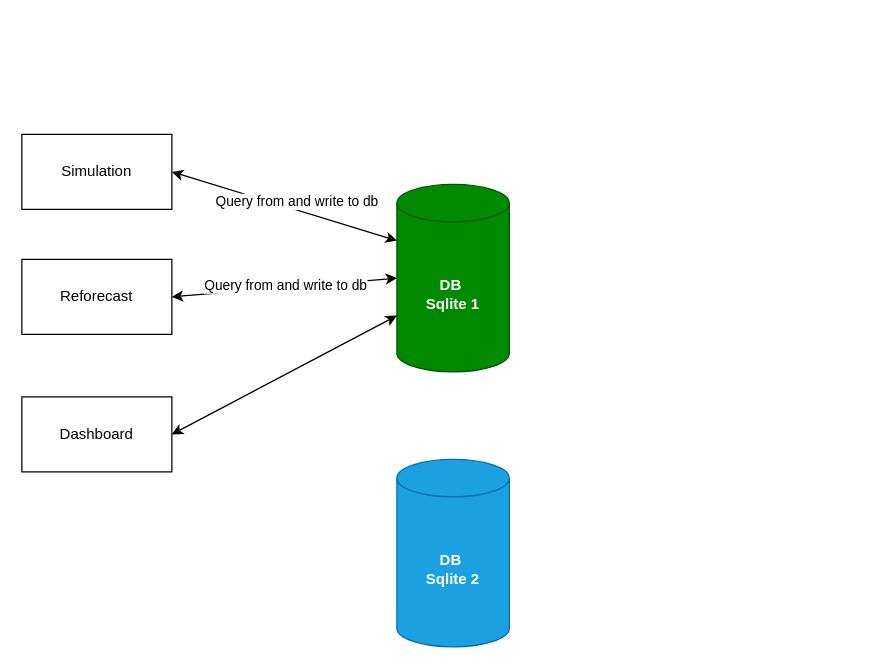
The draw.io diagram page "Interface" (1 of 3) of test.drawio in Hcle18/Valeur-Residuelle, before the edit. Source tidied: cells renumbered, new cells numbered last; positions are measured from the earlier drawing's top-left corner, leaving out a move shared by most shapes. Both pictures are drawn from the tidied source at 125%, with x=0, y=0 at pixel (21, 134).
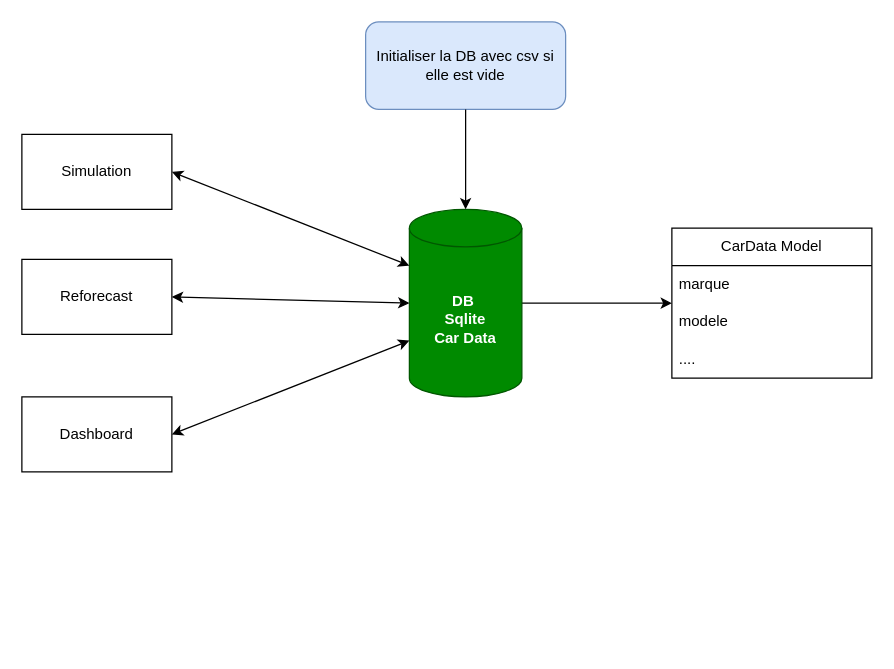
Above is the later version.

Diff of the diagram source:
```diff
@@
 <mxGraphModel>
   <root>
     <mxCell id="0" />
     <mxCell id="1" parent="0" />
     <mxCell id="2" value="Simulation" style="rounded=0;whiteSpace=wrap;html=1;" parent="1" vertex="1">
       <mxGeometry width="120" height="60" as="geometry" />
     </mxCell>
+    <mxCell id="12" style="edgeStyle=none;html=1;exitX=1;exitY=0.5;exitDx=0;exitDy=0;exitPerimeter=0;entryX=0;entryY=0.5;entryDx=0;entryDy=0;" parent="1" edge="1" source="3" target="11">
+      <mxGeometry relative="1" as="geometry" />
+    </mxCell>
-    <mxCell id="3" value="&lt;b&gt;&lt;font style=&quot;color: rgb(255, 255, 255);&quot;&gt;DB&amp;nbsp;&lt;/font&gt;&lt;/b&gt;&lt;div&gt;&lt;b&gt;&lt;font style=&quot;color: rgb(255, 255, 255);&quot;&gt;Sqlite 1&lt;/font&gt;&lt;/b&gt;&lt;/div&gt;" style="shape=cylinder3;whiteSpace=wrap;html=1;boundedLbl=1;backgroundOutline=1;size=15;fillColor=#008a00;fontColor=#ffffff;strokeColor=#005700;" parent="1" vertex="1">
-      <mxGeometry x="300" y="40" width="90" height="150" as="geometry" />
+    <mxCell id="3" value="&lt;b&gt;&lt;font style=&quot;color: rgb(255, 255, 255);&quot;&gt;DB&amp;nbsp;&lt;/font&gt;&lt;/b&gt;&lt;div&gt;&lt;b&gt;&lt;font style=&quot;color: rgb(255, 255, 255);&quot;&gt;Sqlite&lt;/font&gt;&lt;/b&gt;&lt;/div&gt;&lt;div&gt;&lt;b&gt;&lt;font style=&quot;color: rgb(255, 255, 255);&quot;&gt;Car Data&lt;/font&gt;&lt;/b&gt;&lt;/div&gt;" style="shape=cylinder3;whiteSpace=wrap;html=1;boundedLbl=1;backgroundOutline=1;size=15;fillColor=#008a00;fontColor=#ffffff;strokeColor=#005700;" parent="1" vertex="1">
+      <mxGeometry x="310" y="60" width="90" height="150" as="geometry" />
     </mxCell>
     <mxCell id="4" value="Reforecast" style="rounded=0;whiteSpace=wrap;html=1;" parent="1" vertex="1">
       <mxGeometry y="100" width="120" height="60" as="geometry" />
     </mxCell>
     <mxCell id="5" value="Dashboard" style="rounded=0;whiteSpace=wrap;html=1;" parent="1" vertex="1">
       <mxGeometry y="210" width="120" height="60" as="geometry" />
     </mxCell>
     <mxCell id="6" style="endArrow=classic;startArrow=classic;html=1;exitX=1;exitY=0.5;exitDx=0;exitDy=0;entryX=0;entryY=0;entryDx=0;entryDy=105;entryPerimeter=0;" parent="1" edge="1" source="5" target="3">
       <mxGeometry relative="1" as="geometry" />
     </mxCell>
     <mxCell id="7" style="endArrow=classic;startArrow=classic;html=1;exitX=1;exitY=0.5;exitDx=0;exitDy=0;entryX=0;entryY=0.5;entryDx=0;entryDy=0;entryPerimeter=0;" parent="1" edge="1" source="4" target="3">
       <mxGeometry relative="1" as="geometry" />
     </mxCell>
     <mxCell id="8" style="endArrow=classic;startArrow=classic;html=1;exitX=1;exitY=0.5;exitDx=0;exitDy=0;entryX=0;entryY=0;entryDx=0;entryDy=45;entryPerimeter=0;" parent="1" edge="1" source="2" target="3">
       <mxGeometry relative="1" as="geometry" />
     </mxCell>
-    <mxCell id="9" value="Query from and write to db" style="edgeLabel;html=1;align=center;verticalAlign=middle;" parent="8" vertex="1">
-      <mxGeometry x="-0.15" y="1" relative="1" as="geometry">
-        <mxPoint x="23" y="1" as="offset" />
-      </mxGeometry>
-    </mxCell>
-    <mxCell id="10" value="Query from and write to db" style="edgeLabel;html=1;align=center;verticalAlign=middle;" parent="1" vertex="1">
-      <mxGeometry x="210" y="120" as="geometry" />
-    </mxCell>
-    <mxCell id="11" value="&lt;b&gt;&lt;font style=&quot;color: rgb(255, 255, 255);&quot;&gt;DB&amp;nbsp;&lt;/font&gt;&lt;/b&gt;&lt;div&gt;&lt;b&gt;&lt;font style=&quot;color: rgb(255, 255, 255);&quot;&gt;Sqlite 2&lt;/font&gt;&lt;/b&gt;&lt;/div&gt;" style="shape=cylinder3;whiteSpace=wrap;html=1;boundedLbl=1;backgroundOutline=1;size=15;fillColor=#1ba1e2;fontColor=#ffffff;strokeColor=#006EAF;" parent="1" vertex="1">
-      <mxGeometry x="300" y="260" width="90" height="150" as="geometry" />
+    <mxCell id="11" value="CarData Model" style="swimlane;fontStyle=0;horizontal=1;startSize=30;whiteSpace=wrap;html=1;" parent="1" vertex="1">
+      <mxGeometry x="520" y="75" width="160" height="120" as="geometry" />
     </mxCell>
+    <mxCell id="13" value="marque" style="text;strokeColor=none;fillColor=none;align=left;verticalAlign=middle;spacingLeft=4;spacingRight=4;overflow=hidden;whiteSpace=wrap;html=1;" parent="11" vertex="1">
+      <mxGeometry y="30" width="160" height="30" as="geometry" />
+    </mxCell>
+    <mxCell id="14" value="modele" style="text;strokeColor=none;fillColor=none;align=left;verticalAlign=middle;spacingLeft=4;spacingRight=4;overflow=hidden;whiteSpace=wrap;html=1;" parent="11" vertex="1">
+      <mxGeometry y="60" width="160" height="30" as="geometry" />
+    </mxCell>
+    <mxCell id="15" value="...." style="text;strokeColor=none;fillColor=none;align=left;verticalAlign=middle;spacingLeft=4;spacingRight=4;overflow=hidden;whiteSpace=wrap;html=1;" parent="11" vertex="1">
+      <mxGeometry y="90" width="160" height="30" as="geometry" />
+    </mxCell>
+    <mxCell id="16" value="Initialiser la DB avec csv si elle est vide" style="rounded=1;whiteSpace=wrap;html=1;fillColor=#dae8fc;strokeColor=#6c8ebf;" parent="1" vertex="1">
+      <mxGeometry x="275" y="-90" width="160" height="70" as="geometry" />
+    </mxCell>
+    <mxCell id="17" style="edgeStyle=none;html=1;exitX=0.5;exitY=1;exitDx=0;exitDy=0;entryX=0.5;entryY=0;entryDx=0;entryDy=0;entryPerimeter=0;" parent="1" edge="1" source="16" target="3">
+      <mxGeometry relative="1" as="geometry" />
+    </mxCell>
   </root>
 </mxGraphModel>
```
